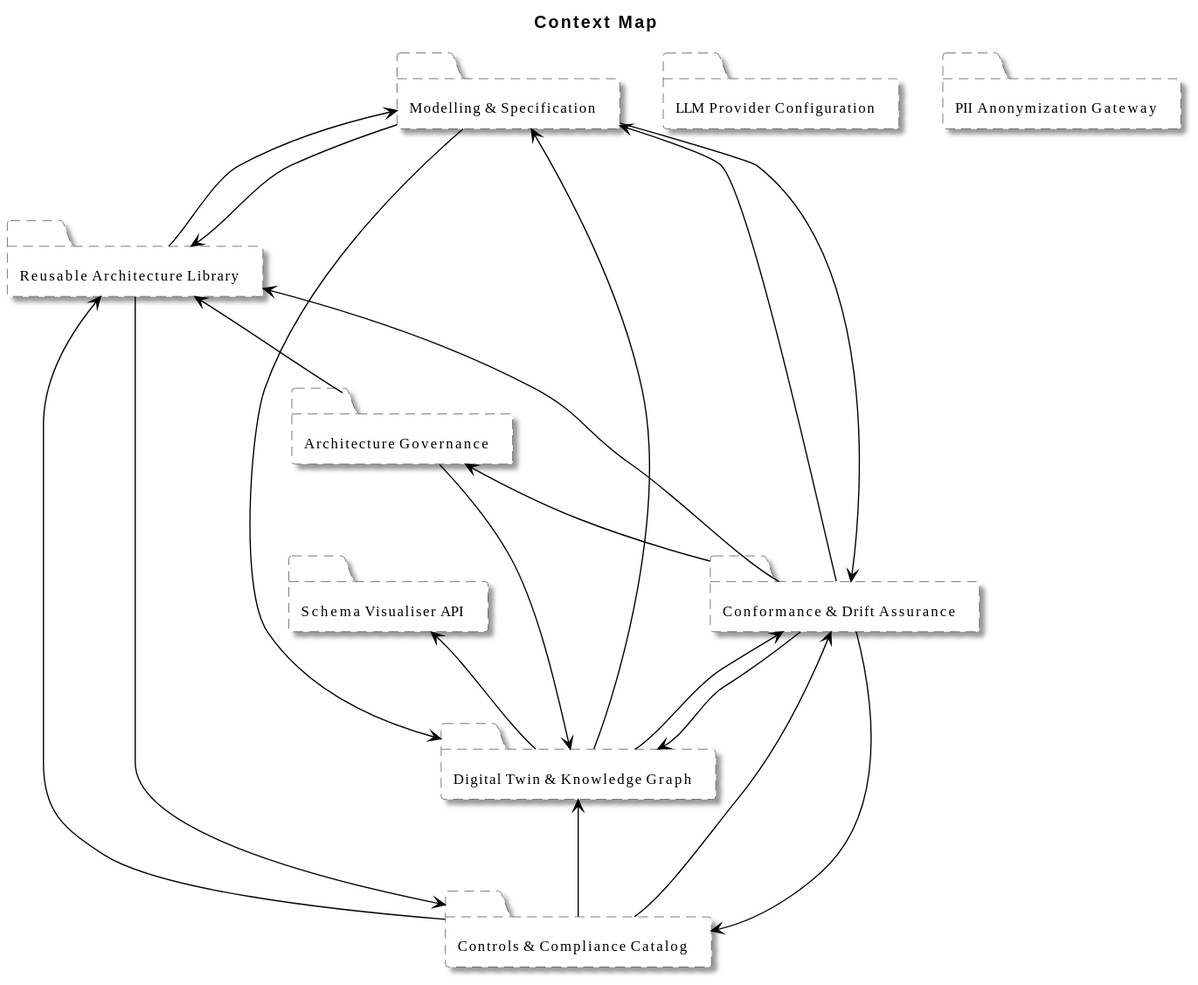
The PlantUML diagram architecture/model/diagrams/overview/context-map.svg in wolffy-au/frictionless-architect, before a commit.
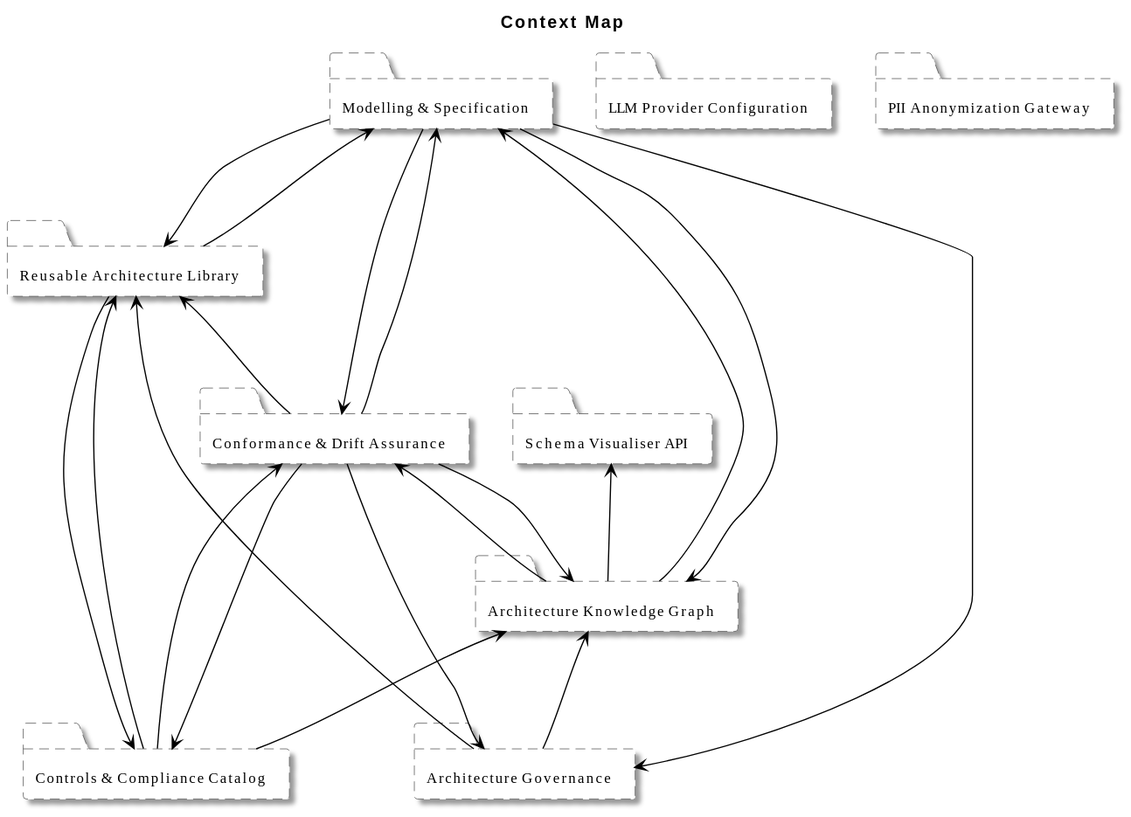
After the change.

What changed in the source:
```diff
@@ -6,7 +6,7 @@
 Grouping(e_iddff3ddea065c5e, "Architecture Governance")
 Grouping(e_ide64d526f663e5b, "Conformance & Drift Assurance")
 Grouping(e_id2b3d5a23698555, "Controls & Compliance Catalog")
-Grouping(e_id2fe39f74e00e5c, "Digital Twin & Knowledge Graph")
+Grouping(e_id2fe39f74e00e5c, "Architecture Knowledge Graph")
 Grouping(e_id9820051a523257, "LLM Provider Configuration")
 Grouping(e_idf7f65c60eaea5c, "Modelling & Specification")
 Grouping(e_id0305c87937d55f, "PII Anonymization Gateway")
@@ -26,6 +26,7 @@
 Rel_Serving_Up(e_id2fe39f74e00e5c, e_ide64d526f663e5b, "")
 Rel_Serving_Up(e_id2fe39f74e00e5c, e_idf7f65c60eaea5c, "")
 Rel_Serving_Up(e_id2fe39f74e00e5c, e_idfebc823b192757, "")
+Rel_Serving_Up(e_idf7f65c60eaea5c, e_iddff3ddea065c5e, "")
 Rel_Serving_Up(e_idf7f65c60eaea5c, e_ide64d526f663e5b, "")
 Rel_Serving_Up(e_idf7f65c60eaea5c, e_id2fe39f74e00e5c, "")
 Rel_Serving_Up(e_idf7f65c60eaea5c, e_id5ddfe1da5aa35f, "")
```
